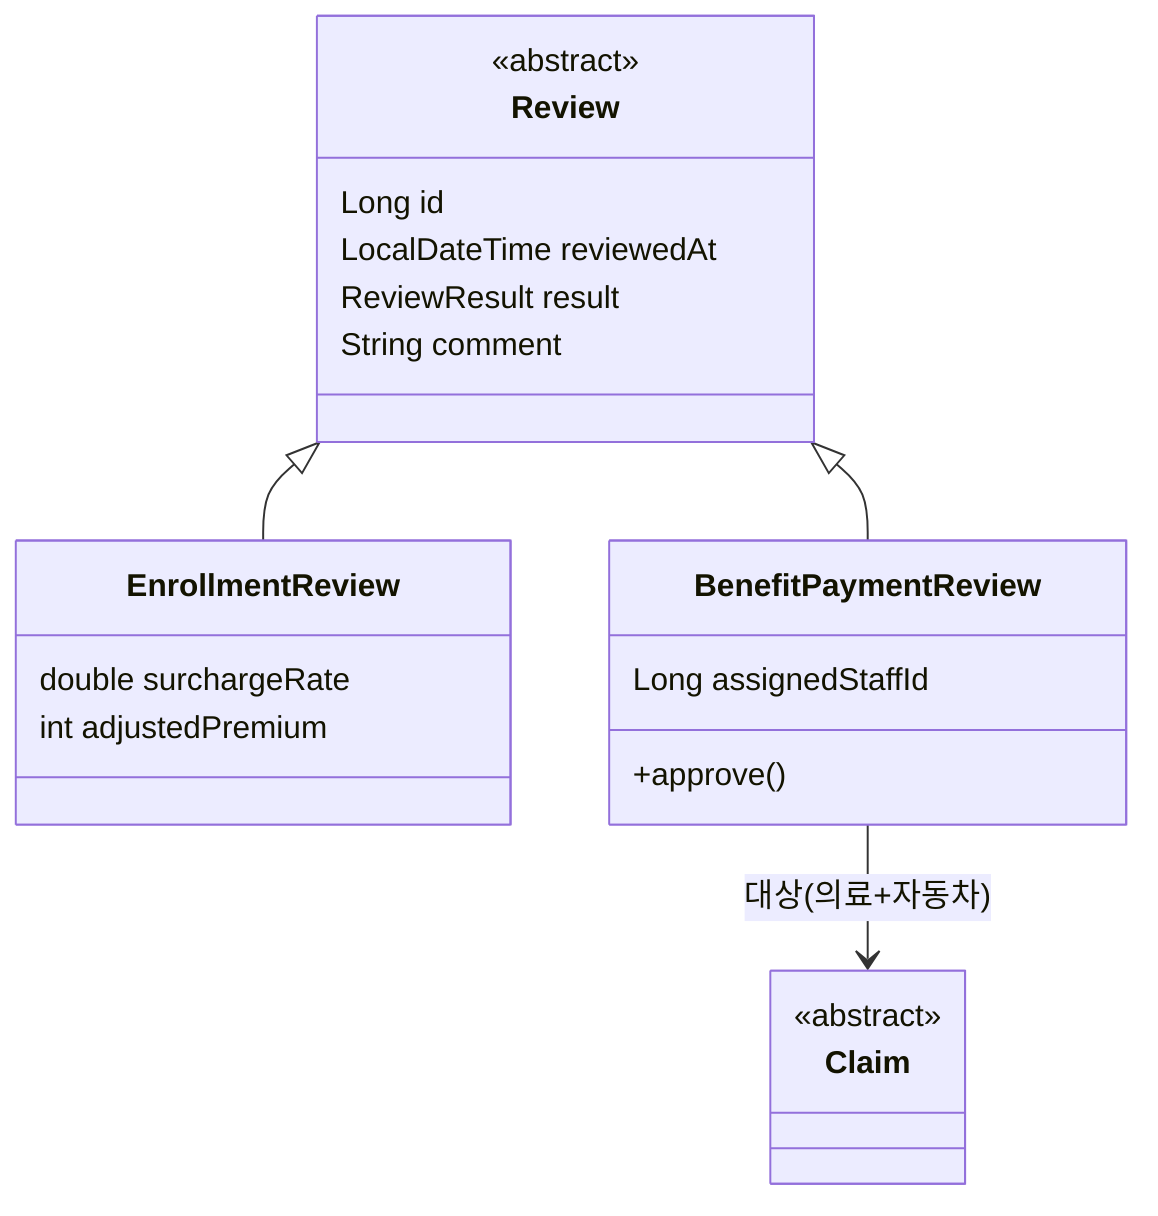
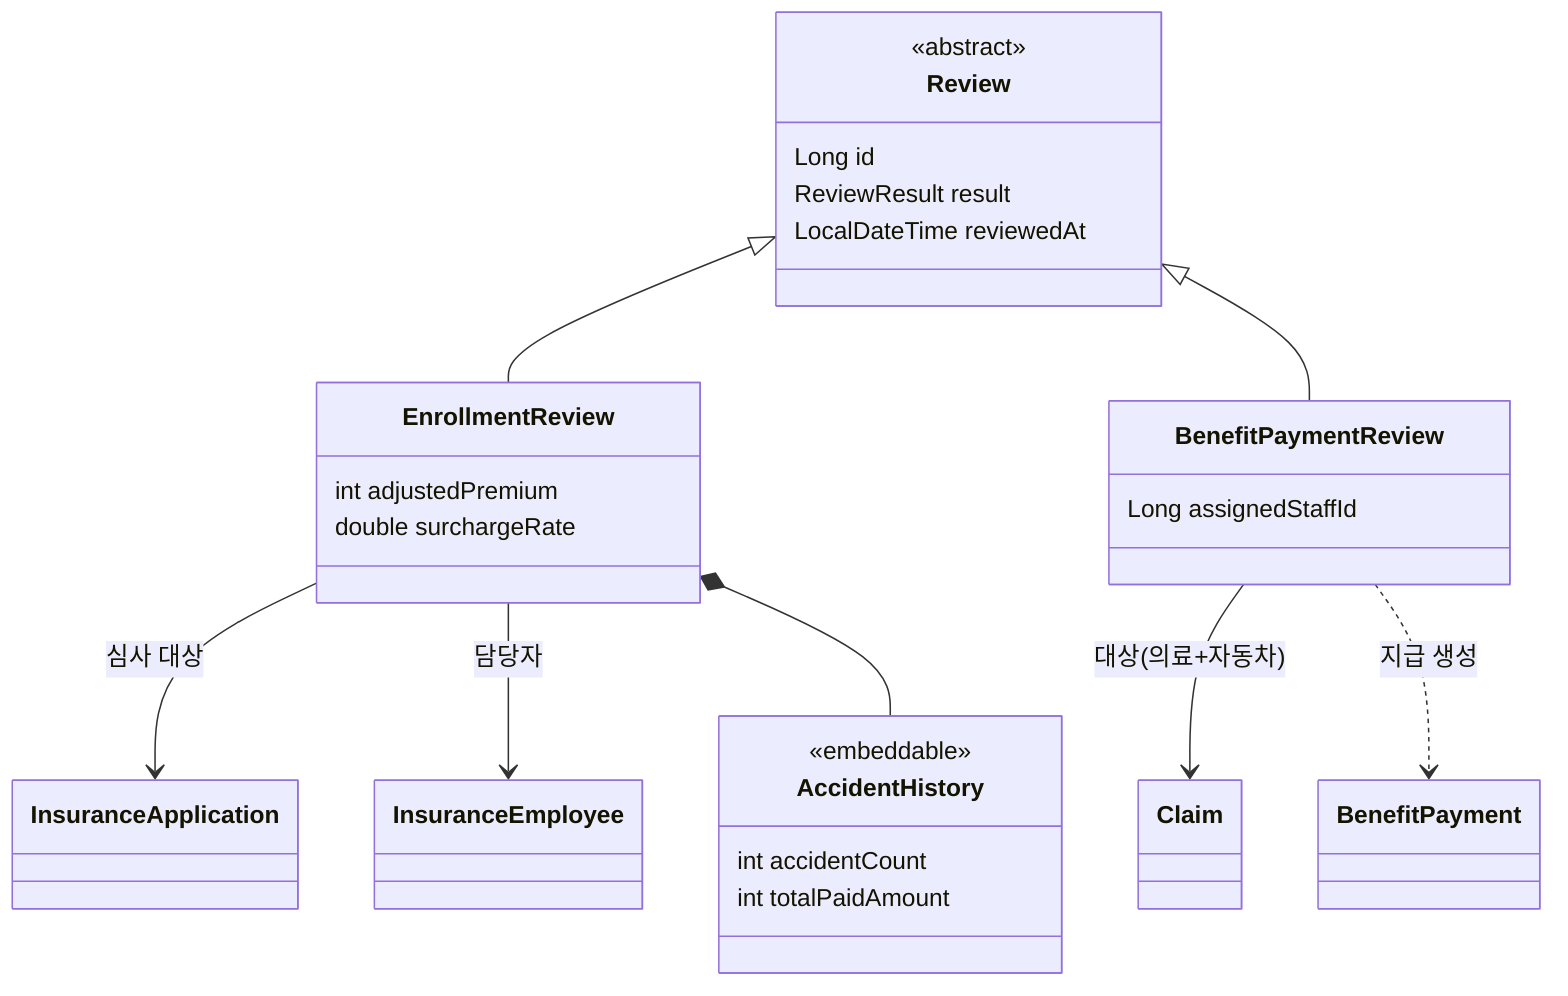
classDiagram
direction TB
class Review {
  <<abstract>>
  Long id
+   ReviewResult result
  LocalDateTime reviewedAt
-   ReviewResult result
-   String comment
}
class EnrollmentReview {
+   int adjustedPremium
  double surchargeRate
-   int adjustedPremium
}
class BenefitPaymentReview {
  Long assignedStaffId
-   +approve()
}
- class Claim {
-   <<abstract>>
+ class InsuranceApplication
+ class InsuranceEmployee
+ class Claim
+ class BenefitPayment
+ class AccidentHistory {
+   <<embeddable>>
+   int accidentCount
+   int totalPaidAmount
}
Review <|-- EnrollmentReview
Review <|-- BenefitPaymentReview
+ EnrollmentReview --> InsuranceApplication : 심사 대상
+ EnrollmentReview --> InsuranceEmployee : 담당자
+ EnrollmentReview *-- AccidentHistory
BenefitPaymentReview --> Claim : 대상(의료+자동차)
+ BenefitPaymentReview ..> BenefitPayment : 지급 생성
